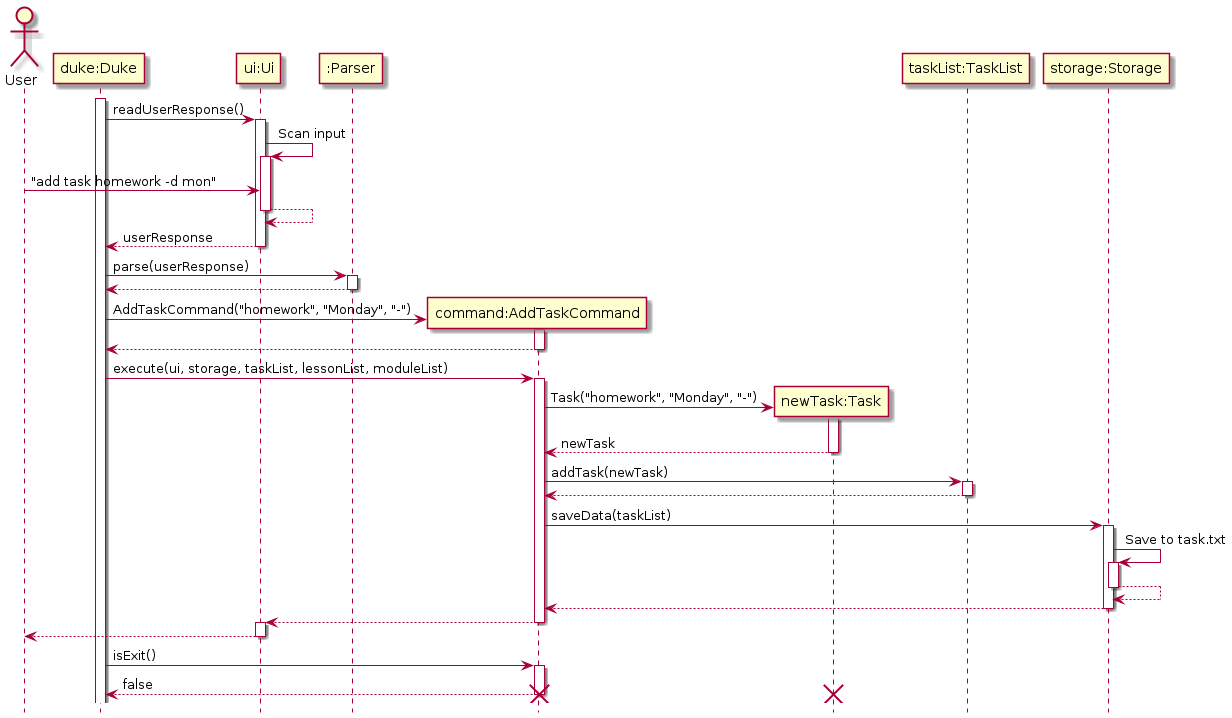
Earlier version of the PlantUML export docs/images/ArchitectureDemoSequenceDiagram.png (nus-cs2113-AY2122S1/tp). Its diagram source:
```plantuml
@startuml
!include Style.puml

actor User

participant "duke:Duke" as Duke
participant "ui:Ui" as Ui
participant ":Parser" as Parser
participant "command:AddTaskCommand" as Command
participant "newTask:Task" as Task
participant "taskList:TaskList" as TaskList
participant "storage:Storage" as Storage

activate Duke
Duke -> Ui: readUserResponse()

activate Ui

Ui -> Ui: Scan input
activate Ui

User -> Ui: "add task homework -d mon"

Ui --> Ui
deactivate Ui

Ui --> Duke: userResponse
deactivate Ui

Duke -> Parser: parse(userResponse)
activate Parser

Parser --> Duke
deactivate Parser

create Command
Duke -> Command: AddTaskCommand("homework", "Monday", "-")

activate Command
Command --> Duke
deactivate Command

Duke -> Command: execute(ui, storage, taskList, lessonList, moduleList)
activate Command

create Task
Command -> Task: Task("homework", "Monday", "-")

activate Task
Task --> Command: newTask
deactivate Task

Command -> TaskList: addTask(newTask)
activate TaskList

TaskList --> Command
deactivate TaskList

Command -> Storage: saveData(taskList)
activate Storage

Storage -> Storage: Save to task.txt
activate Storage

Storage --> Storage
deactivate Storage

Storage --> Command
deactivate Storage

Command --> Ui
deactivate Command

activate Ui
Ui --> User
deactivate Ui

Duke -> Command: isExit()
activate Command

Command --> Duke: false
deactivate Command

destroy Task
destroy Command
@enduml
```
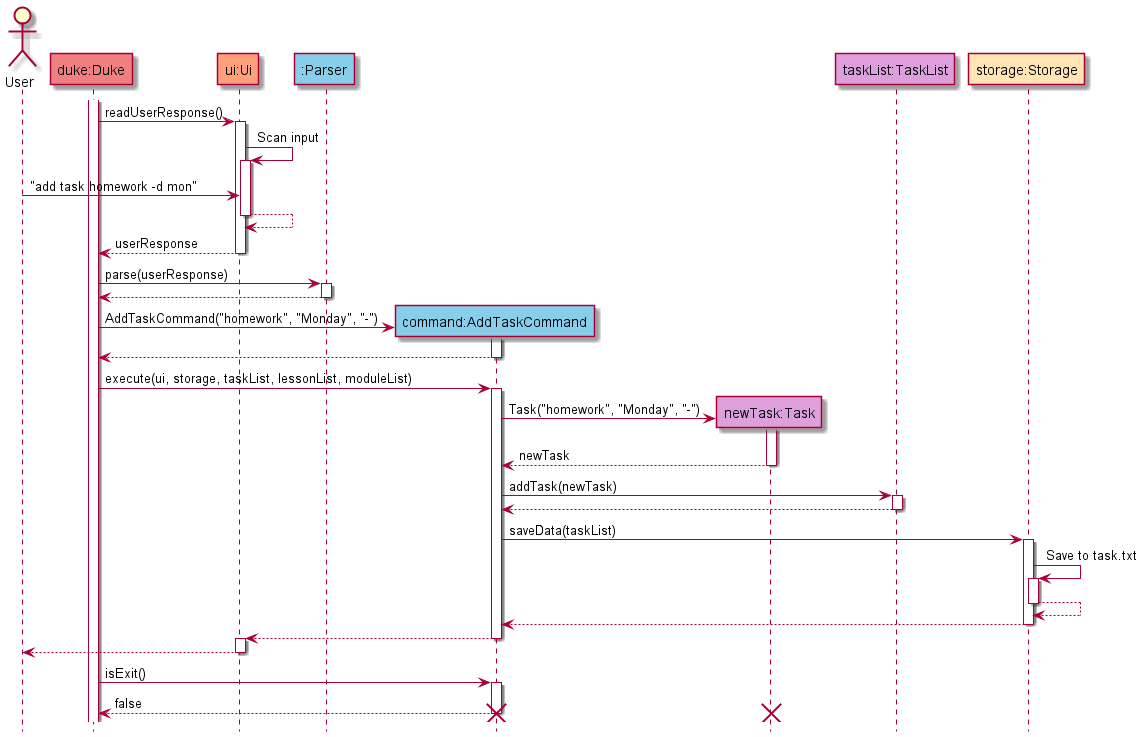
The same file after the commit.

The edit, as a diff of the source:
```diff
@@ -1,15 +1,16 @@
 @startuml
+
 !include Style.puml
 
 actor User
 
-participant "duke:Duke" as Duke
-participant "ui:Ui" as Ui
-participant ":Parser" as Parser
-participant "command:AddTaskCommand" as Command
-participant "newTask:Task" as Task
-participant "taskList:TaskList" as TaskList
-participant "storage:Storage" as Storage
+participant "duke:Duke" as Duke DUKE_COLOR
+participant "ui:Ui" as Ui UI_COLOR
+participant ":Parser" as Parser LOGIC_COLOR
+participant "command:AddTaskCommand" as Command LOGIC_COLOR
+participant "newTask:Task" as Task MODEL_COLOR
+participant "taskList:TaskList" as TaskList MODEL_COLOR
+participant "storage:Storage" as Storage STORAGE_COLOR
 
 activate Duke
 Duke -> Ui: readUserResponse()
```
